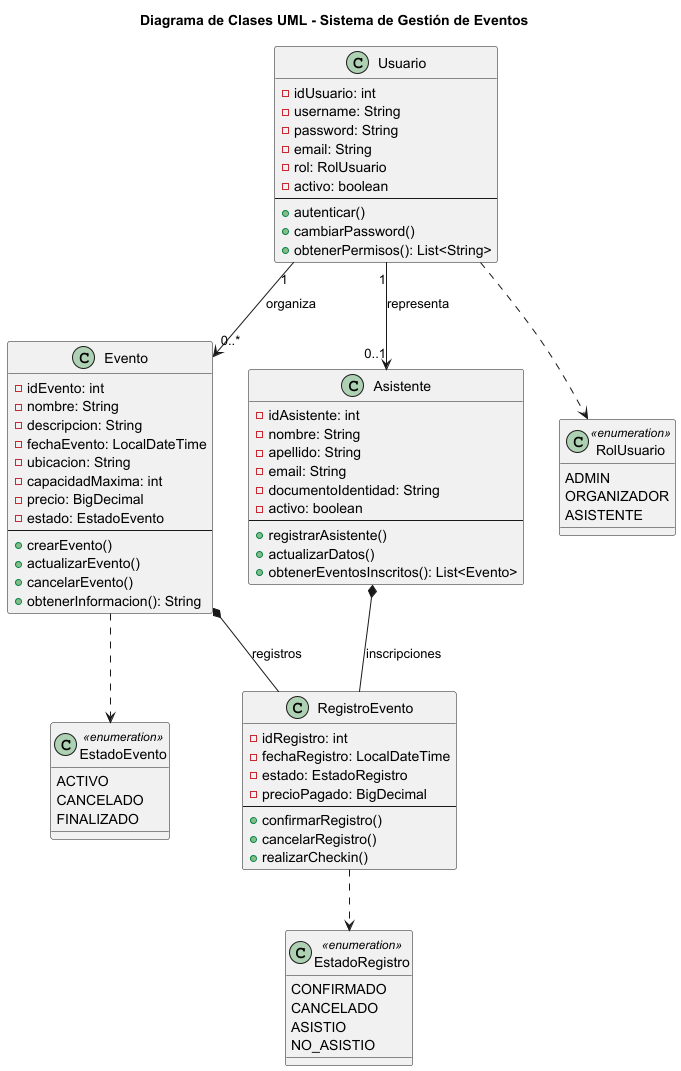
This is docs/diagramas/Diagrama-Diagrama_de_Clases_UML___Sistema_de_Gestión_de_Eventos.png from ronnydd/Parcia_grupo6_gt3, a PlantUML export, as it was before one commit. Its diagram source:
```plantuml
@startuml
skinparam groupInheritance 2
title Diagrama de Clases UML - Sistema de Gestión de Eventos

class Evento {
  -idEvento: int
  -nombre: String
  -descripcion: String
  -fechaEvento: LocalDateTime
  -ubicacion: String
  -capacidadMaxima: int
  -precio: BigDecimal
  -estado: EstadoEvento
  --
          +crearEvento()
  +actualizarEvento()
  +cancelarEvento()
  +obtenerInformacion(): String
}

class Asistente {
  -idAsistente: int
  -nombre: String
  -apellido: String
  -email: String
  -documentoIdentidad: String
  -activo: boolean
  --
          +registrarAsistente()
  +actualizarDatos()
  +obtenerEventosInscritos(): List<Evento>
}

class RegistroEvento {
  -idRegistro: int
  -fechaRegistro: LocalDateTime
  -estado: EstadoRegistro
  -precioPagado: BigDecimal
  --
          +confirmarRegistro()
  +cancelarRegistro()
  +realizarCheckin()
}

class Usuario {
  -idUsuario: int
  -username: String
  -password: String
  -email: String
  -rol: RolUsuario
  -activo: boolean
  --
          +autenticar()
  +cambiarPassword()
  +obtenerPermisos(): List<String>
}

Evento *-- RegistroEvento : registros
Asistente *-- RegistroEvento : inscripciones

Usuario "1" --> "0..*" Evento : organiza
Usuario "1" --> "0..1" Asistente : representa

class EstadoEvento <<enumeration>> {
ACTIVO
        CANCELADO
FINALIZADO
}

class EstadoRegistro <<enumeration>> {
CONFIRMADO
        CANCELADO
ASISTIO
        NO_ASISTIO
}

class RolUsuario <<enumeration>> {
ADMIN
        ORGANIZADOR
ASISTENTE
}

Evento ..> EstadoEvento
RegistroEvento ..> EstadoRegistro
Usuario ..> RolUsuario

@enduml
```
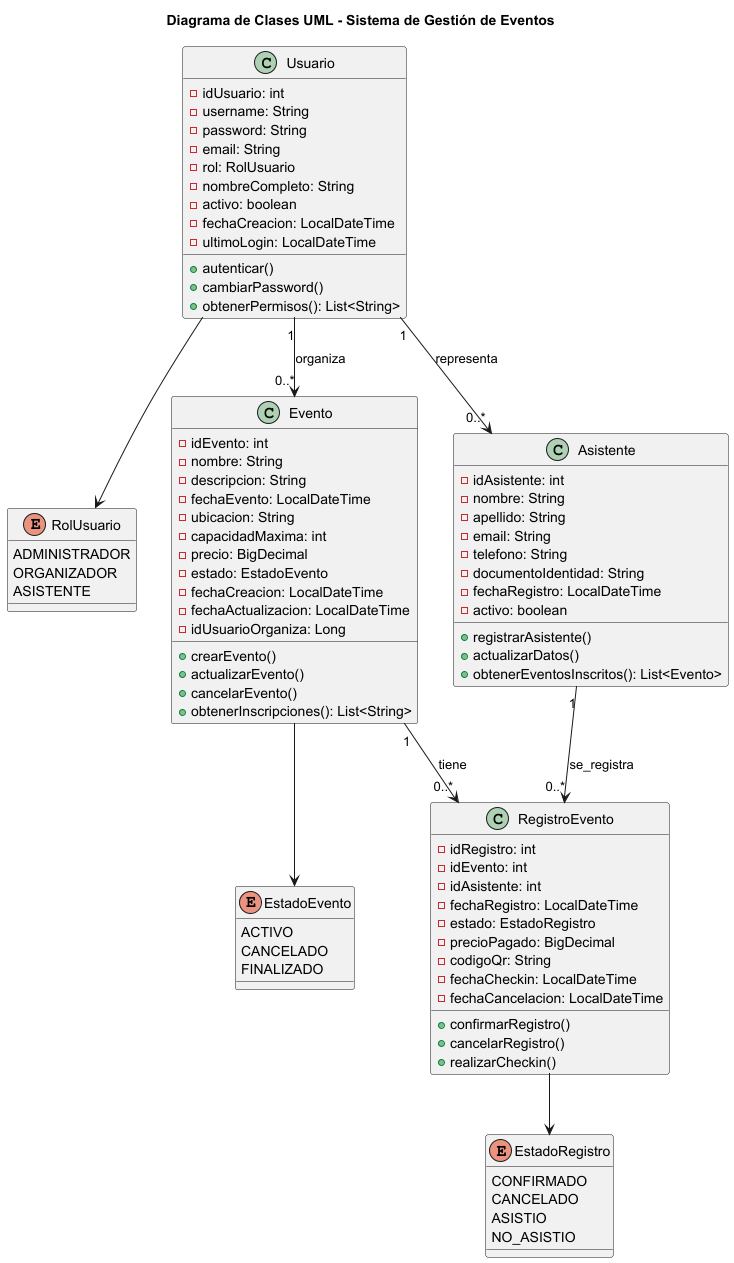
After the commit.

Commit message:
Actualizacion de diagrama de clases

Diff of the diagram source:
```diff
@@ -1,87 +1,99 @@
 @startuml
-skinparam groupInheritance 2
 title Diagrama de Clases UML - Sistema de Gestión de Eventos
 
+enum RolUsuario {
+  ADMINISTRADOR
+  ORGANIZADOR
+  ASISTENTE
+}
+
+enum EstadoEvento {
+  ACTIVO
+  CANCELADO
+  FINALIZADO
+}
+
+enum EstadoRegistro {
+  CONFIRMADO
+  CANCELADO
+  ASISTIO
+  NO_ASISTIO
+}
+
+class Usuario {
+  - idUsuario: int
+  - username: String
+  - password: String
+  - email: String
+  - rol: RolUsuario
+  - nombreCompleto: String
+  - activo: boolean
+  - fechaCreacion: LocalDateTime
+  - ultimoLogin: LocalDateTime
+
+  + autenticar()
+  + cambiarPassword()
+  + obtenerPermisos(): List<String>
+}
+
 class Evento {
-  -idEvento: int
-  -nombre: String
-  -descripcion: String
-  -fechaEvento: LocalDateTime
-  -ubicacion: String
-  -capacidadMaxima: int
-  -precio: BigDecimal
-  -estado: EstadoEvento
-  --
-          +crearEvento()
-  +actualizarEvento()
-  +cancelarEvento()
-  +obtenerInformacion(): String
+  - idEvento: int
+  - nombre: String
+  - descripcion: String
+  - fechaEvento: LocalDateTime
+  - ubicacion: String
+  - capacidadMaxima: int
+  - precio: BigDecimal
+  - estado: EstadoEvento
+  - fechaCreacion: LocalDateTime
+  - fechaActualizacion: LocalDateTime
+  - idUsuarioOrganiza: Long
+
+  + crearEvento()
+  + actualizarEvento()
+  + cancelarEvento()
+  + obtenerInscripciones(): List<String>
 }
 
 class Asistente {
-  -idAsistente: int
-  -nombre: String
-  -apellido: String
-  -email: String
-  -documentoIdentidad: String
-  -activo: boolean
-  --
-          +registrarAsistente()
-  +actualizarDatos()
-  +obtenerEventosInscritos(): List<Evento>
+  - idAsistente: int
+  - nombre: String
+  - apellido: String
+  - email: String
+  - telefono: String
+  - documentoIdentidad: String
+  - fechaRegistro: LocalDateTime
+  - activo: boolean
+
+  + registrarAsistente()
+  + actualizarDatos()
+  + obtenerEventosInscritos(): List<Evento>
 }
 
 class RegistroEvento {
-  -idRegistro: int
-  -fechaRegistro: LocalDateTime
-  -estado: EstadoRegistro
-  -precioPagado: BigDecimal
-  --
-          +confirmarRegistro()
-  +cancelarRegistro()
-  +realizarCheckin()
+  - idRegistro: int
+  - idEvento: int
+  - idAsistente: int
+  - fechaRegistro: LocalDateTime
+  - estado: EstadoRegistro
+  - precioPagado: BigDecimal
+  - codigoQr: String
+  - fechaCheckin: LocalDateTime
+  - fechaCancelacion: LocalDateTime
+
+  + confirmarRegistro()
+  + cancelarRegistro()
+  + realizarCheckin()
 }
 
-class Usuario {
-  -idUsuario: int
-  -username: String
-  -password: String
-  -email: String
-  -rol: RolUsuario
-  -activo: boolean
-  --
-          +autenticar()
-  +cambiarPassword()
-  +obtenerPermisos(): List<String>
-}
+Usuario "1" --> "0..*" Evento : organiza
+Usuario "1" --> "0..*" Asistente : representa
 
-Evento *-- RegistroEvento : registros
-Asistente *-- RegistroEvento : inscripciones
+Evento "1" --> "0..*" RegistroEvento : tiene
+Asistente "1" --> "0..*" RegistroEvento : se_registra
 
-Usuario "1" --> "0..*" Evento : organiza
-Usuario "1" --> "0..1" Asistente : representa
-
-class EstadoEvento <<enumeration>> {
-ACTIVO
-        CANCELADO
-FINALIZADO
-}
-
-class EstadoRegistro <<enumeration>> {
-CONFIRMADO
-        CANCELADO
-ASISTIO
-        NO_ASISTIO
-}
-
-class RolUsuario <<enumeration>> {
-ADMIN
-        ORGANIZADOR
-ASISTENTE
-}
-
-Evento ..> EstadoEvento
-RegistroEvento ..> EstadoRegistro
-Usuario ..> RolUsuario
+Usuario --> RolUsuario
+Evento --> EstadoEvento
+RegistroEvento --> EstadoRegistro
 
 @enduml
```
